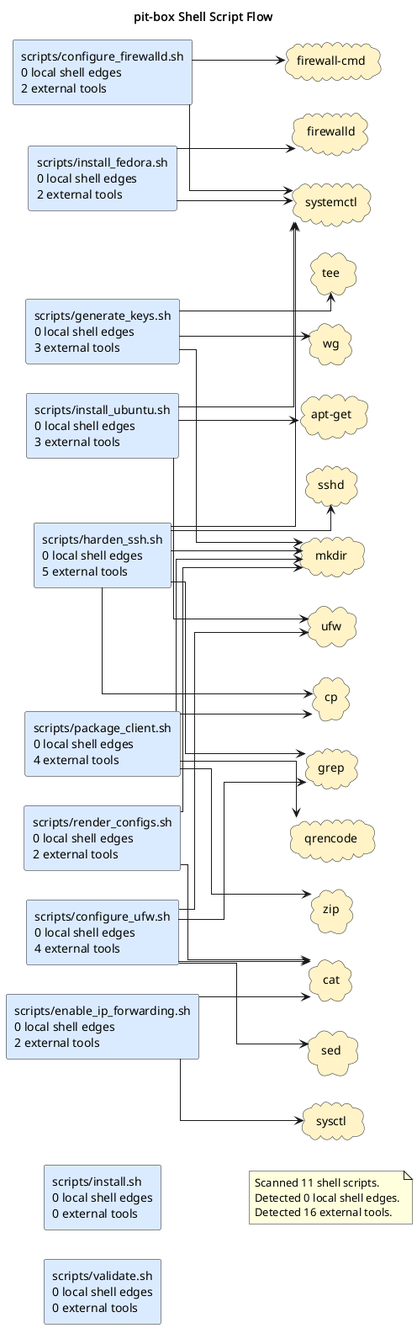
This is docs/diagrams/shell-call-graph.puml.png from casonk/pit-box, a PlantUML export, as it was before one commit.
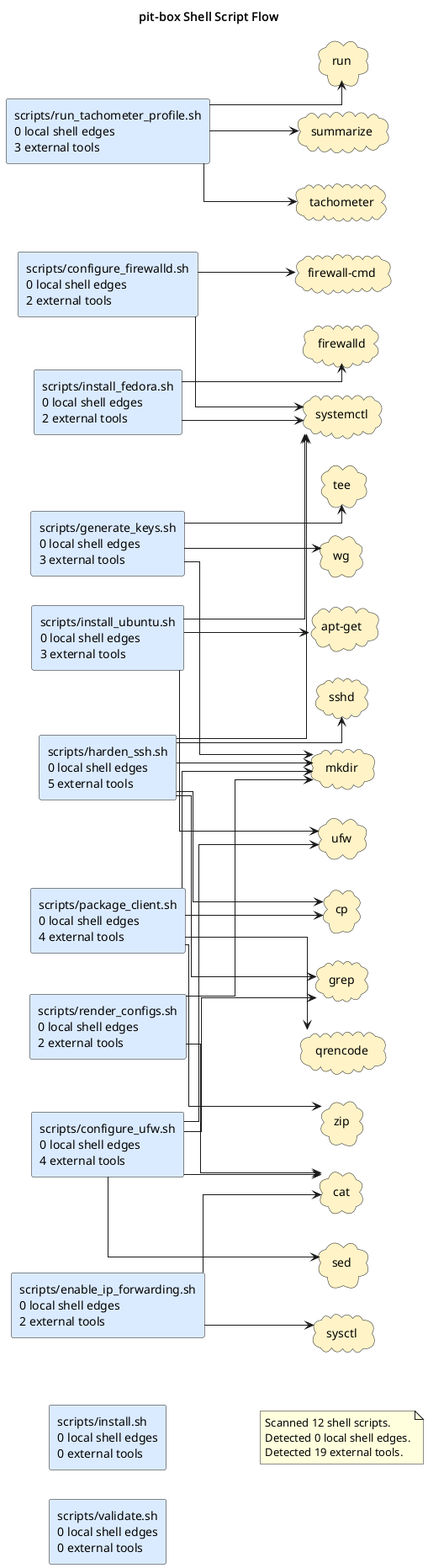
After the change.

The edit, as a diff of the source:
```diff
@@ -15,6 +15,7 @@
 rectangle "scripts/install_ubuntu.sh\n0 local shell edges\n3 external tools" as shell_scripts_install_ubuntu_sh #DBEAFE
 rectangle "scripts/package_client.sh\n0 local shell edges\n4 external tools" as shell_scripts_package_client_sh #DBEAFE
 rectangle "scripts/render_configs.sh\n0 local shell edges\n2 external tools" as shell_scripts_render_configs_sh #DBEAFE
+rectangle "scripts/run_tachometer_profile.sh\n0 local shell edges\n3 external tools" as shell_scripts_run_tachometer_profile_sh #DBEAFE
 rectangle "scripts/validate.sh\n0 local shell edges\n0 external tools" as shell_scripts_validate_sh #DBEAFE
 cloud "apt-get" as tool_apt_get #FEF3C7
 cloud "cat" as tool_cat #FEF3C7
@@ -24,10 +25,13 @@
 cloud "grep" as tool_grep #FEF3C7
 cloud "mkdir" as tool_mkdir #FEF3C7
 cloud "qrencode" as tool_qrencode #FEF3C7
+cloud "run" as tool_run #FEF3C7
 cloud "sed" as tool_sed #FEF3C7
 cloud "sshd" as tool_sshd #FEF3C7
+cloud "summarize" as tool_summarize #FEF3C7
 cloud "sysctl" as tool_sysctl #FEF3C7
 cloud "systemctl" as tool_systemctl #FEF3C7
+cloud "tachometer" as tool_tachometer #FEF3C7
 cloud "tee" as tool_tee #FEF3C7
 cloud "ufw" as tool_ufw #FEF3C7
 cloud "wg" as tool_wg #FEF3C7
@@ -59,9 +63,12 @@
 shell_scripts_package_client_sh --> tool_zip
 shell_scripts_render_configs_sh --> tool_cat
 shell_scripts_render_configs_sh --> tool_mkdir
+shell_scripts_run_tachometer_profile_sh --> tool_run
+shell_scripts_run_tachometer_profile_sh --> tool_summarize
+shell_scripts_run_tachometer_profile_sh --> tool_tachometer
 note as shellGraphSummary
-Scanned 11 shell scripts.
+Scanned 12 shell scripts.
 Detected 0 local shell edges.
-Detected 16 external tools.
+Detected 19 external tools.
 end note
 @enduml
```
